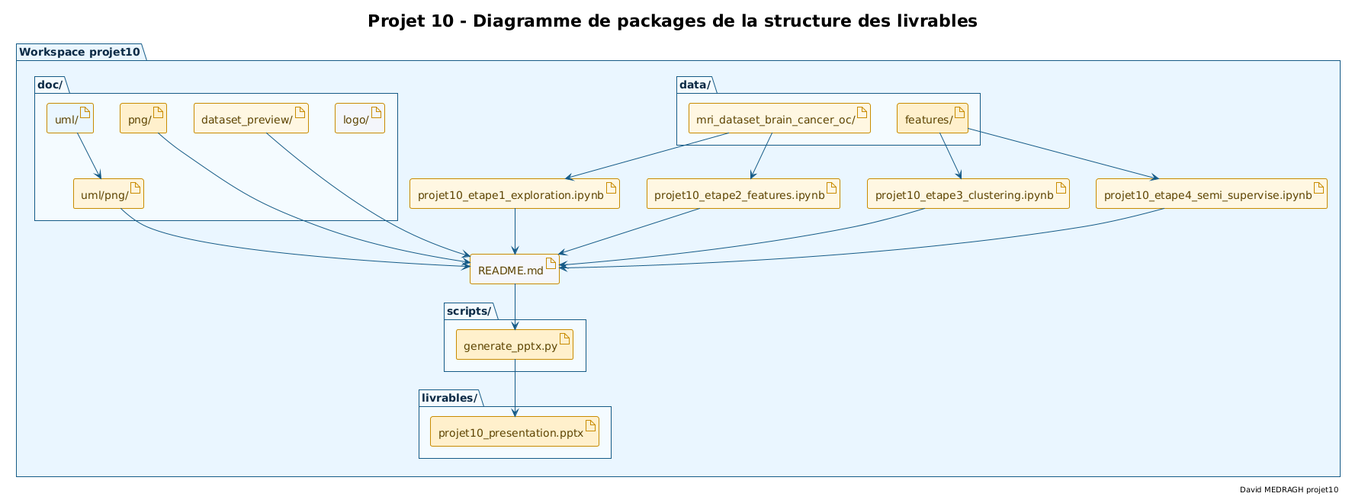
Above: doc/uml/png/projet10_diagramme_package_structure_livrables.png in davidmedragh/projet10 (PlantUML), before the change.
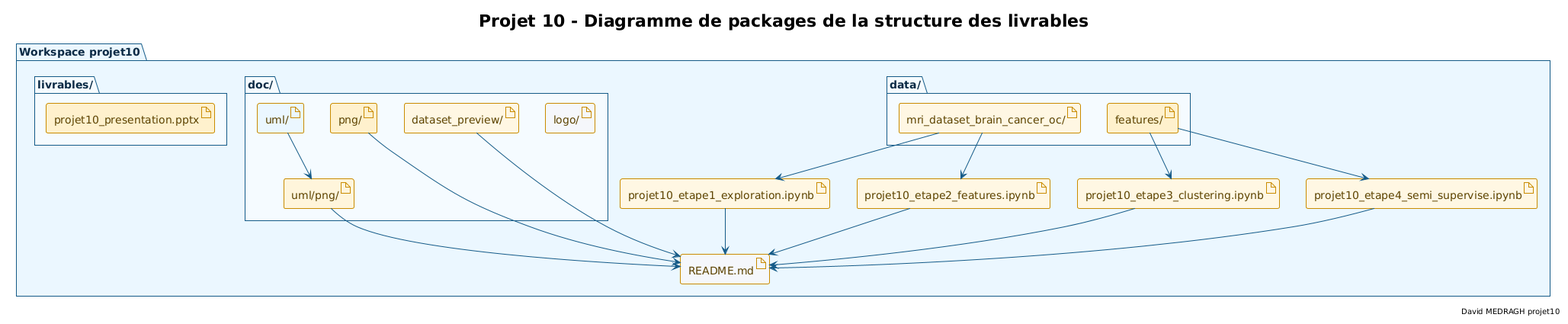
After the commit.

Commit message:
remove generate_pptx from uml diagrams

Change to the diagram source:
```diff
@@ -39,10 +39,6 @@
     artifact "uml/png/" as uml_png_dir #FFF4DA
   }
 
-  folder "scripts/" as scripts_dir #F4FBFF {
-    artifact "generate_pptx.py" as pptx_script #FFF0CC
-  }
-
   folder "livrables/" as deliverables_dir #F4FBFF {
     artifact "projet10_presentation.pptx" as pptx_out #FFF0CC
   }
@@ -66,7 +62,5 @@
 nb2 --> readme
 nb3 --> readme
 nb4 --> readme
-readme --> pptx_script
-pptx_script --> pptx_out
 
 @enduml
```
